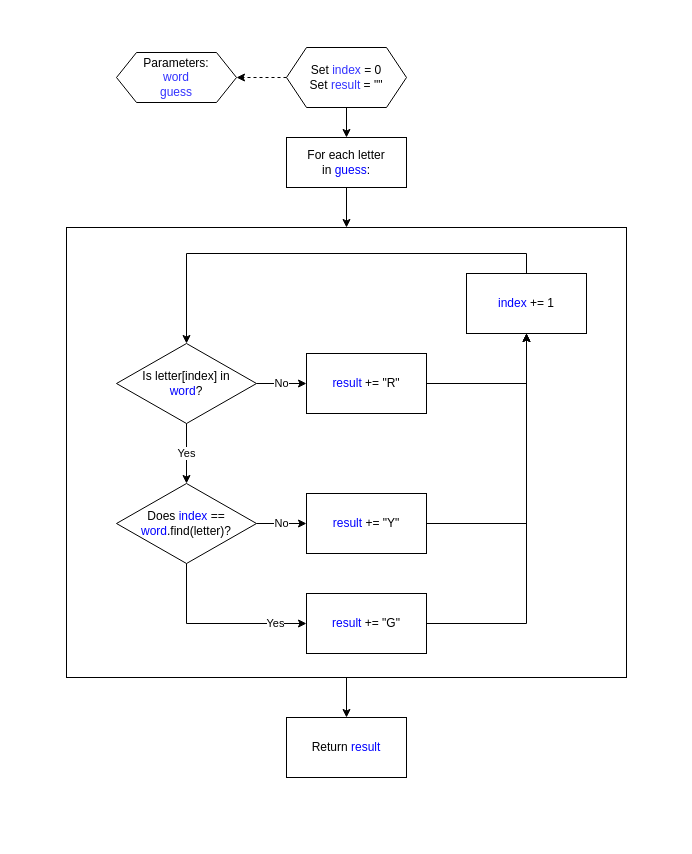
bansuri1/pythongames keeps this draw.io diagram as page "checkWord" (2 of 2) of wordle/logic.drawio. Above is the earlier version. Source tidied: cells renumbered, new cells numbered last; positions are measured from the earlier drawing's top-left corner, leaving out a move shared by most shapes. Both pictures are drawn from the tidied source at 100%, with x=0, y=0 at pixel (66, 47).
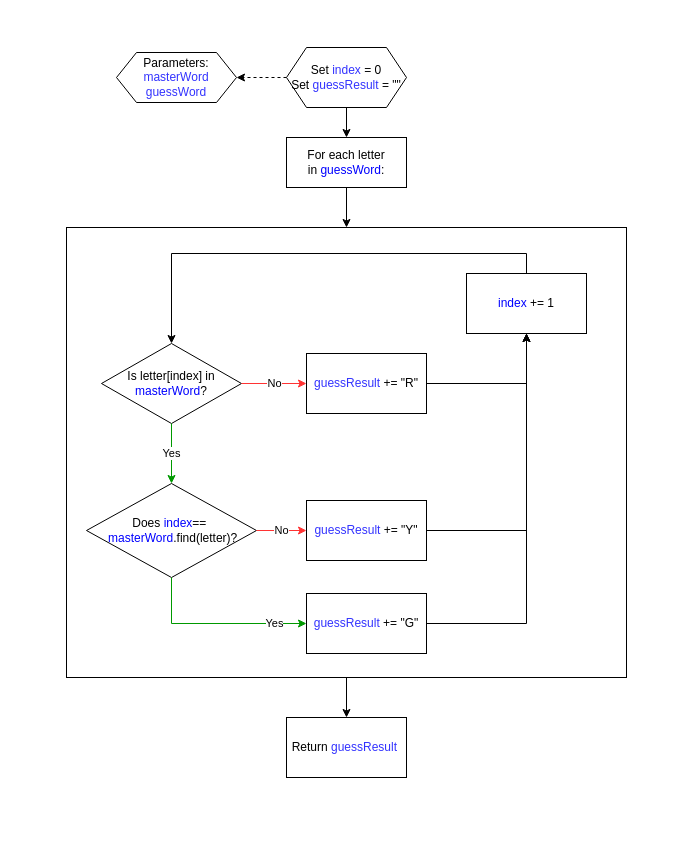
The same diagram, later.

The change refers to these unchanged cells:
```xml
<mxCell id="2" style="group;fillColor=none;" parent="1" vertex="1">
  <mxGeometry y="180" width="560" height="450" as="geometry" />
</mxCell>
```

What changed in the source:
```diff
@@
+    <mxCell id="26" style="rounded=0;whiteSpace=wrap;html=1;fontColor=#FF9933;strokeColor=none;strokeWidth=2;fillColor=#FFFFFF;" parent="1" vertex="1">
+      <mxGeometry x="-49" y="-30" width="658" height="820" as="geometry" />
+    </mxCell>
@@
-    <mxCell id="4" value="Is letter[index] in &lt;br&gt;&lt;font color=&quot;#0000ff&quot;&gt;word&lt;/font&gt;?" style="rhombus;whiteSpace=wrap;html=1;fontColor=#000000;" parent="2" vertex="1">
-      <mxGeometry x="50" y="116" width="140" height="80" as="geometry" />
+    <mxCell id="4" value="Is letter[index] in &lt;br&gt;&lt;font color=&quot;#0000ff&quot;&gt;masterWord&lt;/font&gt;?" style="rhombus;whiteSpace=wrap;html=1;fontColor=#000000;" parent="2" vertex="1">
+      <mxGeometry x="35" y="116" width="140" height="80" as="geometry" />
     </mxCell>
-    <mxCell id="5" value="&lt;font color=&quot;#0000ff&quot;&gt;result &lt;/font&gt;+= &quot;R&quot;" style="rounded=0;whiteSpace=wrap;html=1;fontColor=#000000;" parent="2" vertex="1">
+    <mxCell id="5" value="&lt;span style=&quot;color: rgb(51 , 51 , 255)&quot;&gt;guessResult&amp;nbsp;&lt;/span&gt;+= &quot;R&quot;" style="rounded=0;whiteSpace=wrap;html=1;fontColor=#000000;" parent="2" vertex="1">
       <mxGeometry x="240" y="126" width="120" height="60" as="geometry" />
     </mxCell>
-    <mxCell id="6" value="No" style="edgeStyle=orthogonalEdgeStyle;rounded=0;jettySize=auto;html=1;fontColor=#000000;" parent="2" edge="1" source="4" target="5">
+    <mxCell id="6" value="No" style="edgeStyle=orthogonalEdgeStyle;rounded=0;jettySize=auto;html=1;fontColor=#000000;strokeColor=#FF3333;" parent="2" edge="1" source="4" target="5">
       <mxGeometry relative="1" as="geometry" />
     </mxCell>
-    <mxCell id="7" value="Does &lt;font color=&quot;#0000ff&quot;&gt;index &lt;/font&gt;== &lt;font color=&quot;#0000ff&quot;&gt;word&lt;/font&gt;.find(letter)?" style="rhombus;whiteSpace=wrap;html=1;fontColor=#000000;" parent="2" vertex="1">
-      <mxGeometry x="50" y="256" width="140" height="80" as="geometry" />
+    <mxCell id="7" value="Does&amp;nbsp;&lt;font color=&quot;#0000ff&quot;&gt;index&lt;/font&gt;==&amp;nbsp;&lt;br&gt;&amp;nbsp;&lt;span style=&quot;color: rgb(0 , 0 , 255)&quot;&gt;masterWord&lt;/span&gt;.find(letter)?" style="rhombus;whiteSpace=wrap;html=1;fontColor=#000000;" parent="2" vertex="1">
+      <mxGeometry x="20" y="256" width="170" height="94" as="geometry" />
     </mxCell>
-    <mxCell id="8" value="&lt;font color=&quot;#000000&quot;&gt;Yes&lt;/font&gt;" style="edgeStyle=orthogonalEdgeStyle;rounded=0;jettySize=auto;html=1;fontColor=#0000FF;" parent="2" edge="1" source="4" target="7">
+    <mxCell id="8" value="&lt;font color=&quot;#000000&quot;&gt;Yes&lt;/font&gt;" style="edgeStyle=orthogonalEdgeStyle;rounded=0;jettySize=auto;html=1;fontColor=#0000FF;strokeColor=#009900;" parent="2" edge="1" source="4" target="7">
       <mxGeometry relative="1" as="geometry" />
     </mxCell>
-    <mxCell id="9" value="&lt;font color=&quot;#0000ff&quot;&gt;result &lt;/font&gt;+= &quot;Y&quot;" style="rounded=0;whiteSpace=wrap;html=1;fontColor=#000000;" parent="2" vertex="1">
-      <mxGeometry x="240" y="266" width="120" height="60" as="geometry" />
+    <mxCell id="9" value="&lt;span style=&quot;color: rgb(51 , 51 , 255)&quot;&gt;guessResult&amp;nbsp;&lt;/span&gt;+= &quot;Y&quot;" style="rounded=0;whiteSpace=wrap;html=1;fontColor=#000000;" parent="2" vertex="1">
+      <mxGeometry x="240" y="273" width="120" height="60" as="geometry" />
     </mxCell>
-    <mxCell id="10" value="No" style="edgeStyle=orthogonalEdgeStyle;rounded=0;jettySize=auto;html=1;fontColor=#000000;" parent="2" edge="1" source="7" target="9">
+    <mxCell id="10" value="No" style="edgeStyle=orthogonalEdgeStyle;rounded=0;jettySize=auto;html=1;fontColor=#000000;strokeColor=#FF3333;" parent="2" edge="1" source="7" target="9">
       <mxGeometry relative="1" as="geometry" />
     </mxCell>
-    <mxCell id="11" value="&lt;font color=&quot;#0000ff&quot;&gt;result &lt;/font&gt;+= &quot;G&quot;" style="rounded=0;whiteSpace=wrap;html=1;fontColor=#000000;" parent="2" vertex="1">
+    <mxCell id="11" value="&lt;span style=&quot;color: rgb(51 , 51 , 255)&quot;&gt;guessResult&amp;nbsp;&lt;/span&gt;+= &quot;G&quot;" style="rounded=0;whiteSpace=wrap;html=1;fontColor=#000000;" parent="2" vertex="1">
       <mxGeometry x="240" y="366" width="120" height="60" as="geometry" />
     </mxCell>
-    <mxCell id="12" value="Yes" style="edgeStyle=orthogonalEdgeStyle;rounded=0;jettySize=auto;html=1;exitX=0.5;exitY=1;exitDx=0;exitDy=0;entryX=0;entryY=0.5;entryDx=0;entryDy=0;fontColor=#000000;" parent="2" edge="1" source="7" target="11">
+    <mxCell id="12" value="Yes" style="edgeStyle=orthogonalEdgeStyle;rounded=0;jettySize=auto;html=1;exitX=0.5;exitY=1;exitDx=0;exitDy=0;entryX=0;entryY=0.5;entryDx=0;entryDy=0;fontColor=#000000;strokeColor=#009900;" parent="2" edge="1" source="7" target="11">
       <mxGeometry x="0.65" relative="1" as="geometry" />
     </mxCell>
@@
-    <mxCell id="20" value="&lt;font color=&quot;#000000&quot;&gt;Set &lt;/font&gt;index &lt;font color=&quot;#000000&quot;&gt;= 0&lt;br&gt;Set &lt;/font&gt;result &lt;font color=&quot;#000000&quot;&gt;= &quot;&quot;&lt;/font&gt;" style="shape=hexagon;perimeter=hexagonPerimeter2;whiteSpace=wrap;html=1;fixedSize=1;fontColor=#3333FF;" parent="1" vertex="1">
+    <mxCell id="20" value="&lt;font color=&quot;#000000&quot;&gt;Set &lt;/font&gt;index &lt;font color=&quot;#000000&quot;&gt;= 0&lt;br&gt;Set &lt;/font&gt;guessResult &lt;font color=&quot;#000000&quot;&gt;= &quot;&quot;&lt;/font&gt;" style="shape=hexagon;perimeter=hexagonPerimeter2;whiteSpace=wrap;html=1;fixedSize=1;fontColor=#3333FF;" parent="1" vertex="1">
       <mxGeometry x="220" width="120" height="60" as="geometry" />
     </mxCell>
-    <mxCell id="21" value="Parameters:&lt;br&gt;&lt;font color=&quot;#3333ff&quot;&gt;word&lt;br&gt;guess&lt;br&gt;&lt;/font&gt;" style="shape=hexagon;perimeter=hexagonPerimeter2;whiteSpace=wrap;html=1;fixedSize=1;fontColor=#000000;" parent="1" vertex="1">
+    <mxCell id="21" value="Parameters:&lt;br&gt;&lt;font color=&quot;#3333ff&quot;&gt;masterWord&lt;br&gt;guessWord&lt;br&gt;&lt;/font&gt;" style="shape=hexagon;perimeter=hexagonPerimeter2;whiteSpace=wrap;html=1;fixedSize=1;fontColor=#000000;" parent="1" vertex="1">
       <mxGeometry x="50" y="5" width="120" height="50" as="geometry" />
     </mxCell>
-    <mxCell id="22" value="Return &lt;font color=&quot;#0000ff&quot;&gt;result&lt;/font&gt;" style="rounded=0;whiteSpace=wrap;html=1;fontColor=#000000;fillColor=none;" parent="1" vertex="1">
+    <mxCell id="22" value="Return&amp;nbsp;&lt;span style=&quot;color: rgb(51 , 51 , 255)&quot;&gt;guessResult&amp;nbsp;&lt;/span&gt;" style="rounded=0;whiteSpace=wrap;html=1;fontColor=#000000;fillColor=none;" parent="1" vertex="1">
       <mxGeometry x="220" y="670" width="120" height="60" as="geometry" />
     </mxCell>
@@
-    <mxCell id="25" value="&lt;span style=&quot;color: rgb(0 , 0 , 0)&quot;&gt;For each letter in&amp;nbsp;&lt;/span&gt;&lt;font color=&quot;#0000ff&quot;&gt;guess&lt;/font&gt;&lt;span style=&quot;color: rgb(0 , 0 , 0)&quot;&gt;:&lt;/span&gt;" style="rounded=0;whiteSpace=wrap;html=1;fontColor=#0000FF;fillColor=none;" parent="1" vertex="1">
+    <mxCell id="25" value="&lt;span style=&quot;color: rgb(0 , 0 , 0)&quot;&gt;For each letter in&amp;nbsp;&lt;/span&gt;&lt;font color=&quot;#0000ff&quot;&gt;guessWord&lt;/font&gt;&lt;span style=&quot;color: rgb(0 , 0 , 0)&quot;&gt;:&lt;/span&gt;" style="rounded=0;whiteSpace=wrap;html=1;fontColor=#0000FF;fillColor=none;" parent="1" vertex="1">
       <mxGeometry x="220" y="90" width="120" height="50" as="geometry" />
     </mxCell>
```
